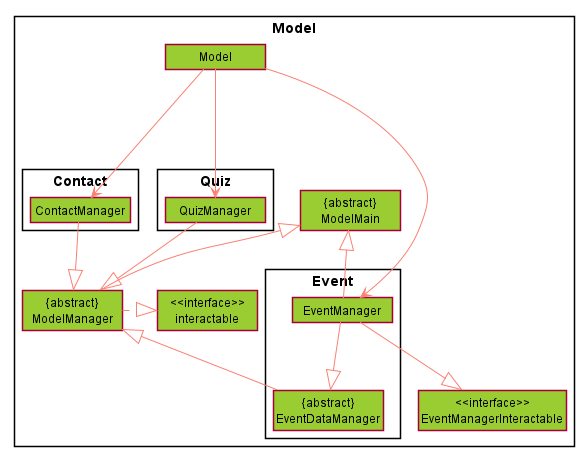
The PlantUML diagram docs/diagram/ModelComponent.png in untitle4/tp, before a commit. Its diagram source:
```plantuml
@startuml

skinparam Shadowing false
skinparam MinClassWidth 100
skinparam classBackgroundColor YellowGreen
skinparam packageStyle rectangle
skinparam ArrowColor Salmon
hide circle
hide members

package Model {

    class "{abstract}\nModelMain"
    class "{abstract}\nModelManager"

    class "<<interface>>\ninteractable"
    class "<<interface>>\nEventManagerInteractable"

    class Model

    Package Quiz {
        class QuizManager
    }

    Package Event {
        class EventManager
        class "{abstract}\nEventDataManager"
    }

    Package Contact {
        class ContactManager
    }
}

"{abstract}\nModelManager" -up-|> "{abstract}\nModelMain"
EventManager -up-|> "{abstract}\nModelMain"
"{abstract}\nModelManager" .right.|> "<<interface>>\ninteractable"
"{abstract}\nEventDataManager" -up-|> "{abstract}\nModelManager"

Model ---> ContactManager
Model ---> EventManager
Model ---> QuizManager
ContactManager --|> "{abstract}\nModelManager"
QuizManager --|> "{abstract}\nModelManager"
EventManager --|> "{abstract}\nEventDataManager"
EventManager --|> "<<interface>>\nEventManagerInteractable"

@enduml
```
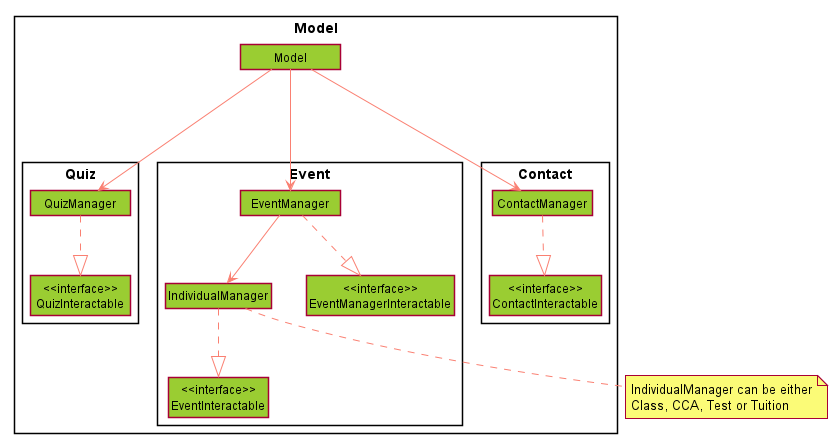
The same diagram one commit later.

What changed in the source:
```diff
@@ -10,39 +10,37 @@
 
 package Model {
 
-    class "{abstract}\nModelMain"
-    class "{abstract}\nModelManager"
 
-    class "<<interface>>\ninteractable"
-    class "<<interface>>\nEventManagerInteractable"
 
     class Model
 
     Package Quiz {
         class QuizManager
+        class "<<interface>>\nQuizInteractable"
     }
 
     Package Event {
         class EventManager
-        class "{abstract}\nEventDataManager"
+        class IndividualManager
+        class "<<interface>>\nEventManagerInteractable"
+        class "<<interface>>\nEventInteractable"
     }
 
     Package Contact {
         class ContactManager
+        class "<<interface>>\nContactInteractable"
     }
 }
 
-"{abstract}\nModelManager" -up-|> "{abstract}\nModelMain"
-EventManager -up-|> "{abstract}\nModelMain"
-"{abstract}\nModelManager" .right.|> "<<interface>>\ninteractable"
-"{abstract}\nEventDataManager" -up-|> "{abstract}\nModelManager"
+QuizManager ..|> "<<interface>>\nQuizInteractable"
+ContactManager ..|> "<<interface>>\nContactInteractable"
 
 Model ---> ContactManager
 Model ---> EventManager
 Model ---> QuizManager
-ContactManager --|> "{abstract}\nModelManager"
-QuizManager --|> "{abstract}\nModelManager"
-EventManager --|> "{abstract}\nEventDataManager"
-EventManager --|> "<<interface>>\nEventManagerInteractable"
+EventManager --> IndividualManager
+EventManager ..|> "<<interface>>\nEventManagerInteractable"
+IndividualManager ..|> "<<interface>>\nEventInteractable"
+note bottom of IndividualManager : IndividualManager can be either\nClass, CCA, Test or Tuition
 
 @enduml
```
